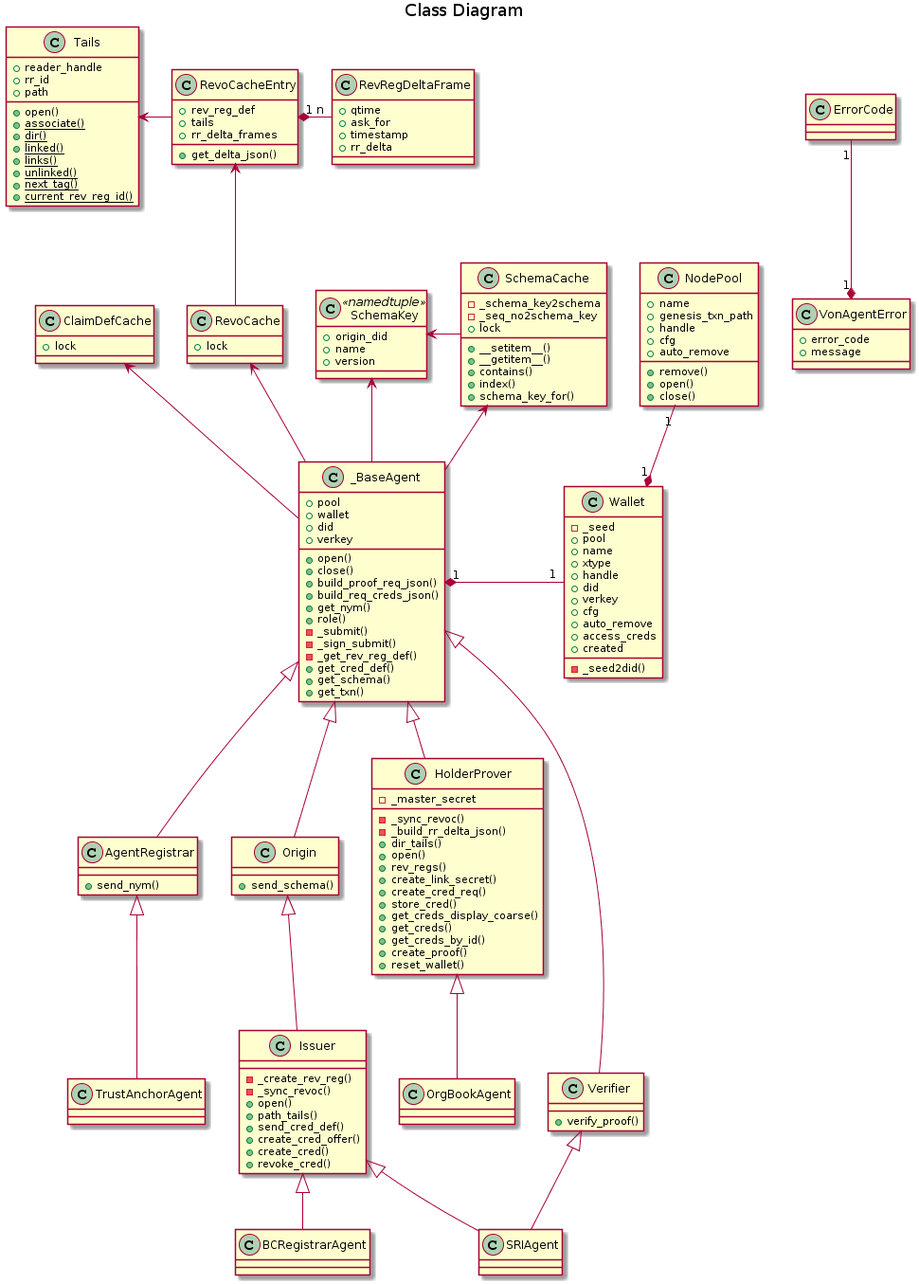
Before: doc/pic/class.png, a diagram exported from PlantUML (PSPC-SPAC-buyandsell/von_base).
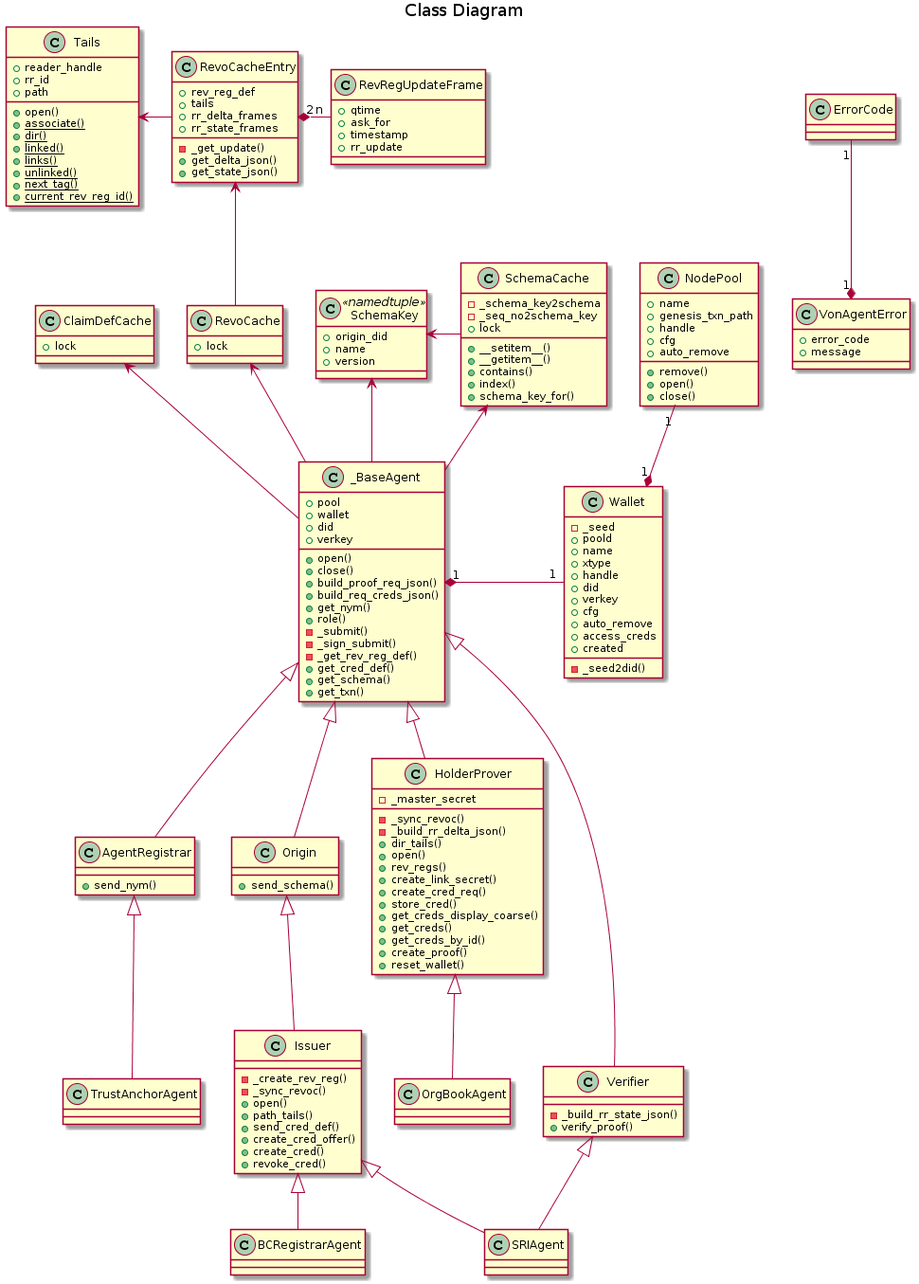
Above is the later version.

What changed in the source:
```diff
@@ -48,15 +48,18 @@
 class RevoCacheEntry {
     +rev_reg_def
     +tails
+    -_get_update()
     +rr_delta_frames
+    +rr_state_frames
     +get_delta_json()
+    +get_state_json()
 }
 
-class RevRegDeltaFrame {
+class RevRegUpdateFrame {
     +qtime
     +ask_for
     +timestamp
-    +rr_delta
+    +rr_update
 }
 
 class RevoCache{
@@ -66,7 +69,7 @@
 class Wallet {
     -_seed2did()
     -_seed
-    +pool
+    +poold
     +name
     +xtype
     +handle
@@ -145,6 +148,7 @@
 }
 
 class Verifier {
+    -_build_rr_state_json()
     +verify_proof()
 }
 
@@ -169,7 +173,7 @@
 Wallet "1" *-up- "1" NodePool
 
 RevoCacheEntry -left-> Tails
-RevoCacheEntry "1" *-right- "n" RevRegDeltaFrame
+RevoCacheEntry "2" *-right- "n" RevRegUpdateFrame
 RevoCache -up-> RevoCacheEntry
 
 _BaseAgent -up-> RevoCache
```
